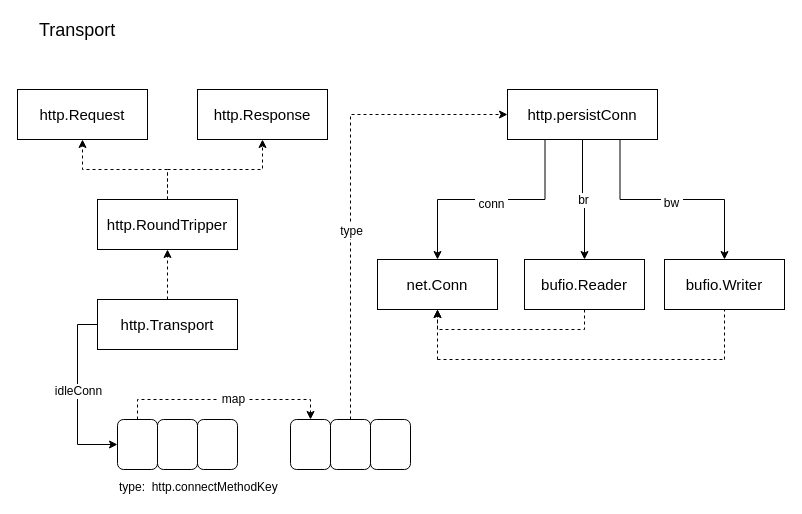
Above: page "Page-2" (2 of 5) of go-net.drawio in oiar/assets (draw.io), before the change. Source tidied: cells renumbered, new cells numbered last; positions are measured from the earlier drawing's top-left corner, leaving out a move shared by most shapes. Both pictures are drawn from the tidied source at 100%, with x=0, y=0 at pixel (17, 17).
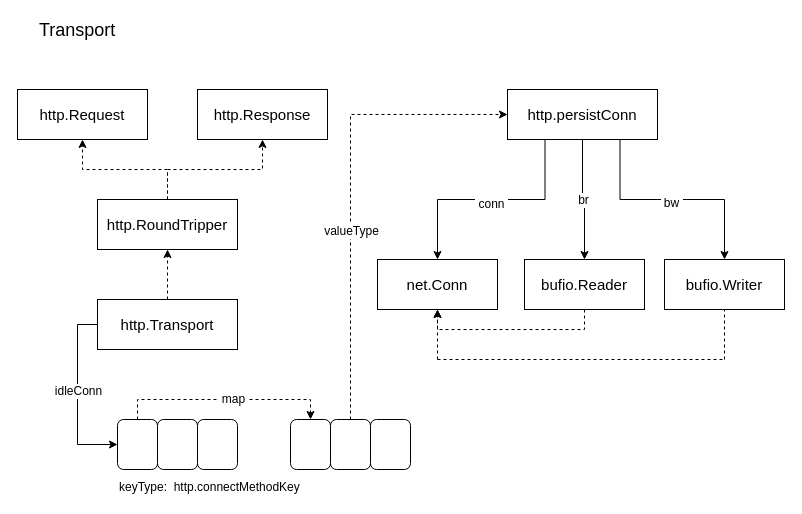
After the change.

Unchanged cells that the change refers to:
```xml
<mxCell id="18" style="edgeStyle=orthogonalEdgeStyle;rounded=0;jettySize=auto;html=1;exitX=0.5;exitY=0;exitDx=0;exitDy=0;dashed=1;entryX=0;entryY=0.5;entryDx=0;entryDy=0;" parent="1" edge="1" source="20" target="28">
  <mxGeometry relative="1" as="geometry" />
</mxCell>
```

The edit, as a diff of the source:
```diff
@@
-    <mxCell id="16" value="type:&amp;nbsp; http.connectMethodKey" style="text;html=1;align=left;verticalAlign=top;spacingTop=-4;" parent="1" vertex="1">
-      <mxGeometry x="100" y="460" width="170" height="20" as="geometry" />
+    <mxCell id="16" value="keyType:&amp;nbsp; http.connectMethodKey" style="text;html=1;align=left;verticalAlign=top;spacingTop=-4;" parent="1" vertex="1">
+      <mxGeometry x="100" y="460" width="200" height="20" as="geometry" />
     </mxCell>
@@
-    <mxCell id="19" value="type" style="text;html=1;align=center;verticalAlign=middle;labelBackgroundColor=#ffffff;" parent="18" vertex="1">
+    <mxCell id="19" value="valueType" style="text;html=1;align=center;verticalAlign=middle;labelBackgroundColor=#ffffff;" parent="18" vertex="1">
       <mxGeometry x="-0.18" relative="1" as="geometry" />
     </mxCell>
```
